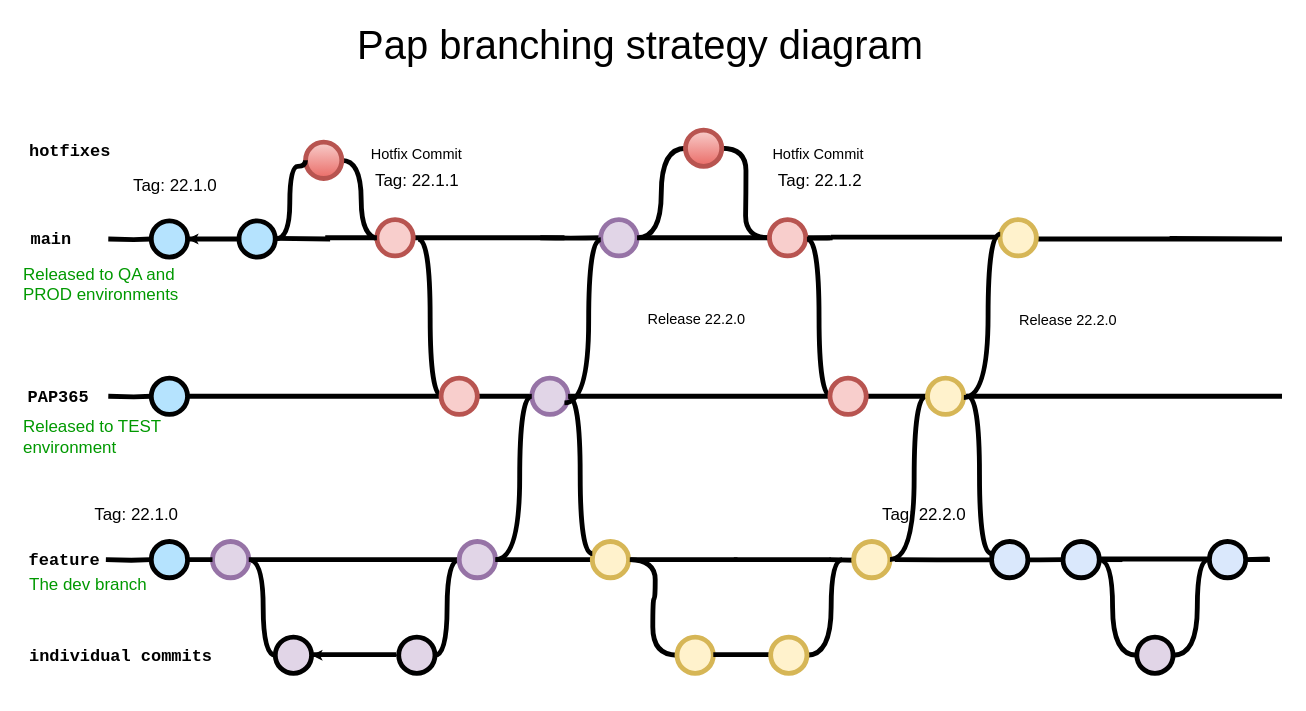
The draw.io diagram Pap pipeline diagram.drawio in pivko4life/workstuff, before the edit. Source tidied: cells renumbered, new cells numbered last; positions are measured from the earlier drawing's top-left corner, leaving out a move shared by most shapes. Both pictures are drawn from the tidied source at 121%, with x=0, y=0 at pixel (21, 21).
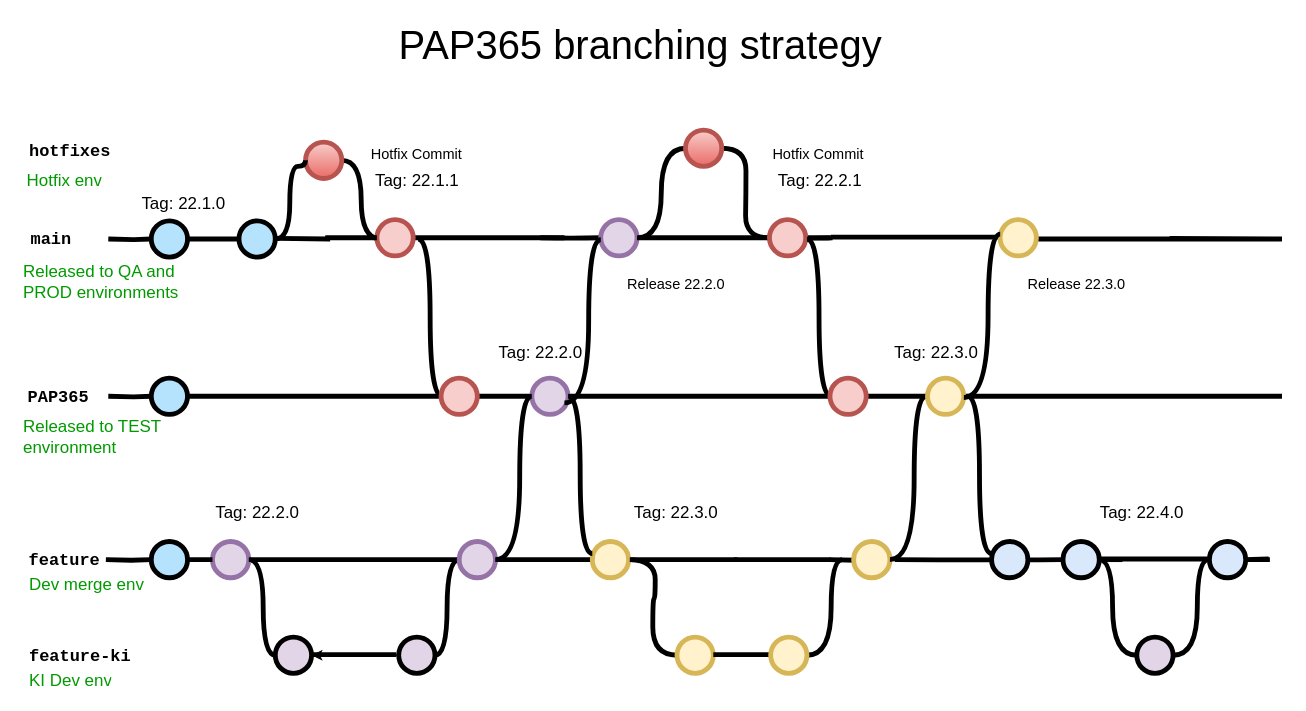
After the change.

The change refers to these unchanged cells:
```xml
<mxCell id="84" style="verticalLabelPosition=bottom;verticalAlign=top;html=1;strokeWidth=4;shape=mxgraph.flowchart.on-page_reference;plain-blue;gradientColor=none;fillColor=#B5E3Fe;strokeColor=#000000;" parent="1" vertex="1">
  <mxGeometry x="107.5" y="165" width="30" height="30" as="geometry" />
</mxCell>
<mxCell id="88" style="verticalLabelPosition=bottom;verticalAlign=top;html=1;strokeWidth=4;shape=mxgraph.flowchart.on-page_reference;plain-blue;gradientColor=none;fillColor=#B5E3Fe;strokeColor=#000000;" parent="1" vertex="1">
  <mxGeometry x="180" y="165" width="30" height="30" as="geometry" />
</mxCell>
```

What changed in the source:
```diff
@@
-    <mxCell id="2" value="Pap branching strategy diagram" style="text;html=1;strokeColor=none;fillColor=none;align=center;verticalAlign=middle;whiteSpace=wrap;rounded=0;fontSize=33;fontColor=#000000;" parent="1" vertex="1">
+    <mxCell id="2" value="PAP365 branching strategy" style="text;html=1;strokeColor=none;fillColor=none;align=center;verticalAlign=middle;whiteSpace=wrap;rounded=0;fontSize=33;fontColor=#000000;" parent="1" vertex="1">
       <mxGeometry x="117" width="790" height="40" as="geometry" />
     </mxCell>
@@
-    <mxCell id="13" value="individual commits" style="text;html=1;strokeColor=none;fillColor=none;align=left;verticalAlign=middle;whiteSpace=wrap;overflow=hidden;fontSize=14;fontStyle=1;fontFamily=Courier New;" parent="1" vertex="1">
+    <mxCell id="13" value="feature-ki" style="text;html=1;strokeColor=none;fillColor=none;align=left;verticalAlign=middle;whiteSpace=wrap;overflow=hidden;fontSize=14;fontStyle=1;fontFamily=Courier New;" parent="1" vertex="1">
       <mxGeometry x="5.2" y="514" width="166.8" height="20" as="geometry" />
     </mxCell>
-    <mxCell id="14" value="The dev branch" style="text;html=1;strokeColor=none;fillColor=none;align=left;verticalAlign=middle;whiteSpace=wrap;overflow=hidden;fontSize=14;fontStyle=0;fontColor=#009900;" parent="1" vertex="1">
+    <mxCell id="14" value="Dev merge env" style="text;html=1;strokeColor=none;fillColor=none;align=left;verticalAlign=middle;whiteSpace=wrap;overflow=hidden;fontSize=14;fontStyle=0;fontColor=#009900;" parent="1" vertex="1">
       <mxGeometry x="5.2" y="455" width="132.2" height="20" as="geometry" />
     </mxCell>
-    <mxCell id="15" value="Tag: 22.2.0" style="text;html=1;strokeColor=none;fillColor=none;align=center;verticalAlign=middle;whiteSpace=wrap;overflow=hidden;fontSize=14;" parent="1" vertex="1">
-      <mxGeometry x="702" y="397" width="89.2" height="20" as="geometry" />
+    <mxCell id="15" value="Tag: 22.4.0" style="text;html=1;strokeColor=none;fillColor=none;align=center;verticalAlign=middle;whiteSpace=wrap;overflow=hidden;fontSize=14;" parent="1" vertex="1">
+      <mxGeometry x="882" y="395" width="89.2" height="20" as="geometry" />
     </mxCell>
@@
     <mxCell id="18" value="Released to QA and PROD environments" style="text;html=1;strokeColor=none;fillColor=none;align=left;verticalAlign=middle;whiteSpace=wrap;overflow=hidden;fontSize=14;fontStyle=0;fontColor=#009900;" parent="1" vertex="1">
-      <mxGeometry y="194" width="132.2" height="46" as="geometry" />
+      <mxGeometry y="192" width="132.2" height="46" as="geometry" />
     </mxCell>
@@
     <mxCell id="25" value="Tag: 22.1.0" style="text;html=1;strokeColor=none;fillColor=none;align=center;verticalAlign=middle;whiteSpace=wrap;overflow=hidden;fontSize=14;" parent="1" vertex="1">
-      <mxGeometry x="82" y="125" width="91" height="20" as="geometry" />
+      <mxGeometry x="89" y="140" width="91" height="20" as="geometry" />
     </mxCell>
@@
-    <mxCell id="29" value="Tag: 22.1.2" style="text;html=1;strokeColor=none;fillColor=none;align=center;verticalAlign=middle;whiteSpace=wrap;overflow=hidden;fontSize=14;" parent="1" vertex="1">
+    <mxCell id="29" value="Tag: 22.2.1" style="text;html=1;strokeColor=none;fillColor=none;align=center;verticalAlign=middle;whiteSpace=wrap;overflow=hidden;fontSize=14;" parent="1" vertex="1">
       <mxGeometry x="619.4" y="121" width="82.6" height="20" as="geometry" />
     </mxCell>
@@
-    <mxCell id="37" value="Tag: 22.1.0" style="text;html=1;strokeColor=none;fillColor=none;align=center;verticalAlign=middle;whiteSpace=wrap;overflow=hidden;fontSize=14;" parent="1" vertex="1">
-      <mxGeometry x="50" y="397" width="91" height="20" as="geometry" />
+    <mxCell id="37" value="Tag: 22.2.0" style="text;html=1;strokeColor=none;fillColor=none;align=center;verticalAlign=middle;whiteSpace=wrap;overflow=hidden;fontSize=14;" parent="1" vertex="1">
+      <mxGeometry x="149.5" y="395" width="91" height="20" as="geometry" />
     </mxCell>
@@
-    <mxCell id="51" value="Release 22.2.0" style="text;html=1;strokeColor=none;fillColor=none;align=center;verticalAlign=middle;whiteSpace=wrap;overflow=hidden;" parent="1" vertex="1">
-      <mxGeometry x="816.4" y="233" width="98.6" height="30" as="geometry" />
+    <mxCell id="51" value="Release 22.3.0" style="text;html=1;strokeColor=none;fillColor=none;align=center;verticalAlign=middle;whiteSpace=wrap;overflow=hidden;" parent="1" vertex="1">
+      <mxGeometry x="823.4" y="203" width="98.6" height="30" as="geometry" />
     </mxCell>
@@
     <mxCell id="82" value="Release 22.2.0" style="text;html=1;strokeColor=none;fillColor=none;align=center;verticalAlign=middle;whiteSpace=wrap;overflow=hidden;" parent="1" vertex="1">
-      <mxGeometry x="509" y="232" width="98.6" height="30" as="geometry" />
+      <mxGeometry x="492" y="203" width="98.6" height="30" as="geometry" />
     </mxCell>
@@
-    <mxCell id="87" style="edgeStyle=orthogonalEdgeStyle;rounded=0;jettySize=auto;html=1;" parent="1" edge="1" source="88" target="84">
+    <mxCell id="87" style="edgeStyle=orthogonalEdgeStyle;rounded=0;jettySize=auto;html=1;endArrow=none;endFill=0;" parent="1" edge="1" source="88" target="84">
       <mxGeometry relative="1" as="geometry" />
     </mxCell>
@@
+    <mxCell id="93" value="Tag: 22.2.0" style="text;html=1;strokeColor=none;fillColor=none;align=center;verticalAlign=middle;whiteSpace=wrap;overflow=hidden;fontSize=14;" parent="1" vertex="1">
+      <mxGeometry x="384" y="263" width="91" height="20" as="geometry" />
+    </mxCell>
+    <mxCell id="94" value="Tag: 22.3.0" style="text;html=1;strokeColor=none;fillColor=none;align=center;verticalAlign=middle;whiteSpace=wrap;overflow=hidden;fontSize=14;" parent="1" vertex="1">
+      <mxGeometry x="495.8" y="395" width="91" height="20" as="geometry" />
+    </mxCell>
+    <mxCell id="95" value="Tag: 22.3.0" style="text;html=1;strokeColor=none;fillColor=none;align=center;verticalAlign=middle;whiteSpace=wrap;overflow=hidden;fontSize=14;" parent="1" vertex="1">
+      <mxGeometry x="711" y="263" width="91" height="20" as="geometry" />
+    </mxCell>
+    <mxCell id="96" value="KI Dev env" style="text;html=1;strokeColor=none;fillColor=none;align=left;verticalAlign=middle;whiteSpace=wrap;overflow=hidden;fontSize=14;fontStyle=0;fontColor=#009900;" parent="1" vertex="1">
+      <mxGeometry x="5.2" y="534" width="132.2" height="20" as="geometry" />
+    </mxCell>
+    <mxCell id="97" value="Hotfix env" style="text;html=1;strokeColor=none;fillColor=none;align=left;verticalAlign=middle;whiteSpace=wrap;overflow=hidden;fontSize=14;fontStyle=0;fontColor=#009900;" parent="1" vertex="1">
+      <mxGeometry x="3" y="121" width="72" height="20" as="geometry" />
+    </mxCell>
```
